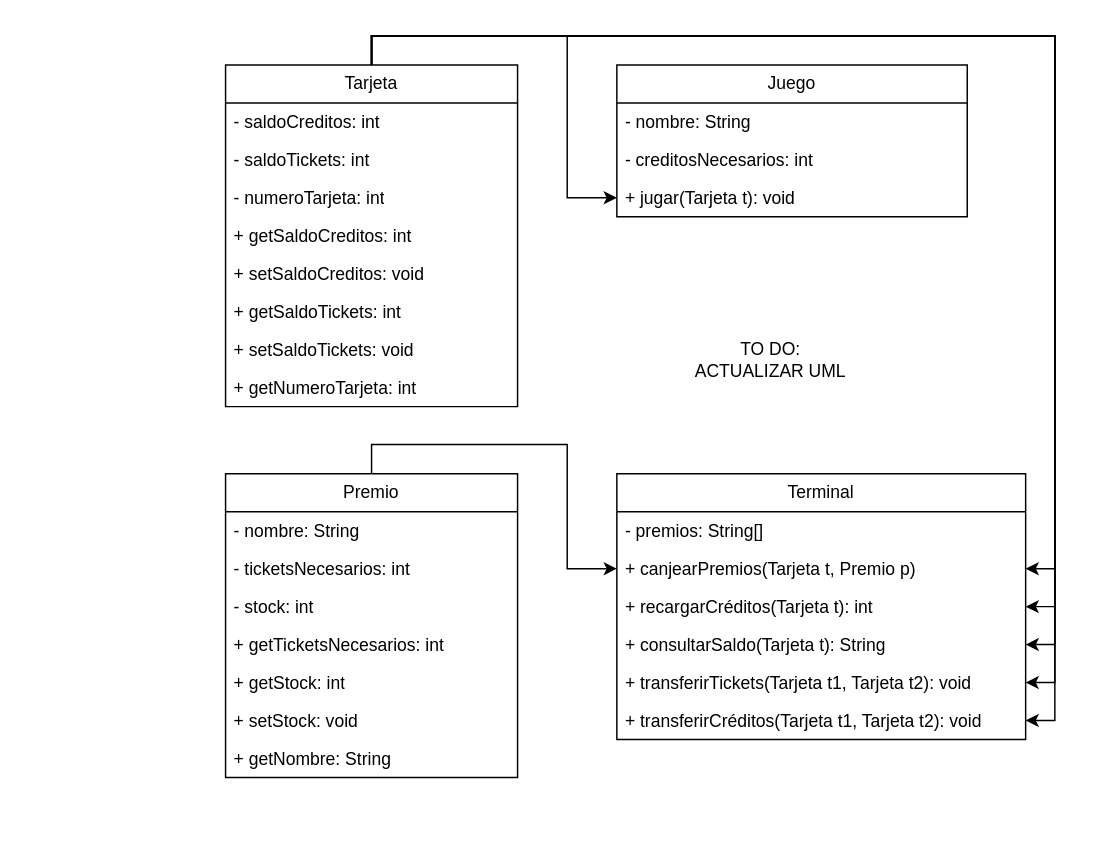
Above: UML recreativa.drawio in HugoDuranMachin/TrabajoRecreativos (draw.io), before the change. Source tidied: cells renumbered, new cells numbered last; positions are measured from the earlier drawing's top-left corner, leaving out a move shared by most shapes. Both pictures are drawn from the tidied source at 146%, with x=0, y=0 at pixel (225, 64).
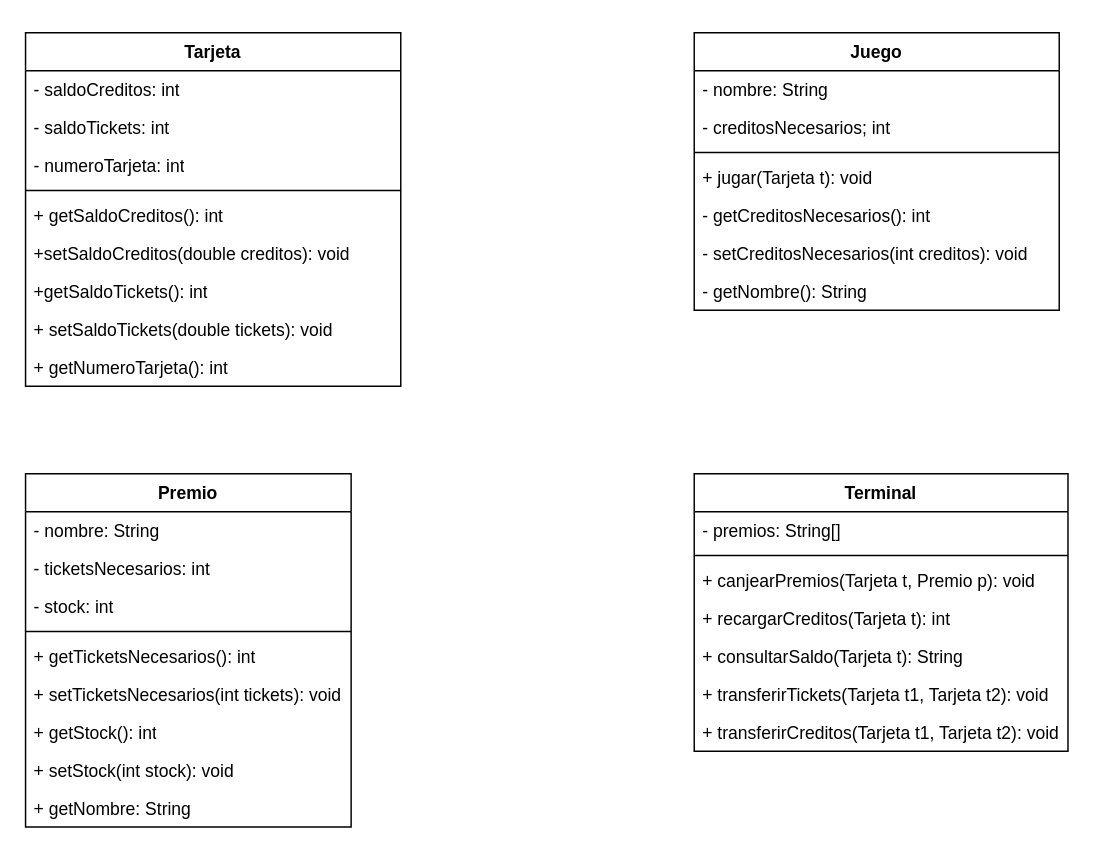
After the change.

Diff of the diagram source:
```diff
@@
-    <mxCell id="2" style="edgeStyle=orthogonalEdgeStyle;rounded=0;jettySize=auto;html=1;exitX=0.5;exitY=0;exitDx=0;exitDy=0;entryX=0;entryY=0.5;entryDx=0;entryDy=0;" parent="1" edge="1" source="8" target="20">
-      <mxGeometry relative="1" as="geometry" />
-    </mxCell>
-    <mxCell id="3" style="edgeStyle=orthogonalEdgeStyle;rounded=0;jettySize=auto;html=1;exitX=0.5;exitY=0;exitDx=0;exitDy=0;entryX=1;entryY=0.5;entryDx=0;entryDy=0;" parent="1" edge="1" source="8" target="32">
-      <mxGeometry relative="1" as="geometry" />
-    </mxCell>
-    <mxCell id="4" style="edgeStyle=orthogonalEdgeStyle;rounded=0;jettySize=auto;html=1;exitX=0.5;exitY=0;exitDx=0;exitDy=0;entryX=1;entryY=0.5;entryDx=0;entryDy=0;" parent="1" edge="1" source="8" target="30">
-      <mxGeometry relative="1" as="geometry" />
-    </mxCell>
-    <mxCell id="5" style="edgeStyle=orthogonalEdgeStyle;rounded=0;jettySize=auto;html=1;exitX=0.5;exitY=0;exitDx=0;exitDy=0;entryX=1;entryY=0.5;entryDx=0;entryDy=0;" parent="1" edge="1" source="8" target="34">
-      <mxGeometry relative="1" as="geometry" />
-    </mxCell>
-    <mxCell id="6" style="edgeStyle=orthogonalEdgeStyle;rounded=0;jettySize=auto;html=1;exitX=0.5;exitY=0;exitDx=0;exitDy=0;entryX=1;entryY=0.5;entryDx=0;entryDy=0;" parent="1" edge="1" source="8" target="35">
-      <mxGeometry relative="1" as="geometry" />
-    </mxCell>
-    <mxCell id="7" style="edgeStyle=orthogonalEdgeStyle;rounded=0;jettySize=auto;html=1;exitX=0.5;exitY=0;exitDx=0;exitDy=0;entryX=1;entryY=0.5;entryDx=0;entryDy=0;" parent="1" edge="1" source="8" target="36">
-      <mxGeometry relative="1" as="geometry" />
-    </mxCell>
-    <mxCell id="8" value="Tarjeta" style="swimlane;fontStyle=0;horizontal=1;startSize=26;fillColor=none;whiteSpace=wrap;html=1;" parent="1" vertex="1">
-      <mxGeometry width="200" height="234" as="geometry" />
+    <mxCell id="8" value="Tarjeta" style="swimlane;fontStyle=1;align=center;verticalAlign=top;horizontal=1;startSize=26;whiteSpace=wrap;html=1;" parent="1" vertex="1">
+      <mxGeometry x="-137" y="-22" width="257" height="242" as="geometry" />
     </mxCell>
     <mxCell id="9" value="- saldoCreditos: int" style="text;strokeColor=none;fillColor=none;align=left;verticalAlign=top;spacingLeft=4;spacingRight=4;overflow=hidden;whiteSpace=wrap;html=1;" parent="8" vertex="1">
-      <mxGeometry y="26" width="200" height="26" as="geometry" />
+      <mxGeometry y="26" width="257" height="26" as="geometry" />
     </mxCell>
     <mxCell id="10" value="- saldoTickets: int" style="text;strokeColor=none;fillColor=none;align=left;verticalAlign=top;spacingLeft=4;spacingRight=4;overflow=hidden;whiteSpace=wrap;html=1;" parent="8" vertex="1">
-      <mxGeometry y="52" width="200" height="26" as="geometry" />
+      <mxGeometry y="52" width="257" height="26" as="geometry" />
     </mxCell>
     <mxCell id="11" value="- numeroTarjeta: int" style="text;strokeColor=none;fillColor=none;align=left;verticalAlign=top;spacingLeft=4;spacingRight=4;overflow=hidden;whiteSpace=wrap;html=1;" parent="8" vertex="1">
-      <mxGeometry y="78" width="200" height="26" as="geometry" />
+      <mxGeometry y="78" width="257" height="26" as="geometry" />
     </mxCell>
-    <mxCell id="12" value="+ getSaldoCreditos: int" style="text;strokeColor=none;fillColor=none;align=left;verticalAlign=top;spacingLeft=4;spacingRight=4;overflow=hidden;whiteSpace=wrap;html=1;" parent="8" vertex="1">
-      <mxGeometry y="104" width="200" height="26" as="geometry" />
-    </mxCell>
-    <mxCell id="13" value="+ setSaldoCreditos: void" style="text;strokeColor=none;fillColor=none;align=left;verticalAlign=top;spacingLeft=4;spacingRight=4;overflow=hidden;whiteSpace=wrap;html=1;" parent="8" vertex="1">
-      <mxGeometry y="130" width="200" height="26" as="geometry" />
-    </mxCell>
-    <mxCell id="14" value="+ getSaldoTickets: int" style="text;strokeColor=none;fillColor=none;align=left;verticalAlign=top;spacingLeft=4;spacingRight=4;overflow=hidden;whiteSpace=wrap;html=1;" parent="8" vertex="1">
-      <mxGeometry y="156" width="200" height="26" as="geometry" />
-    </mxCell>
-    <mxCell id="15" value="+ setSaldoTickets: void" style="text;strokeColor=none;fillColor=none;align=left;verticalAlign=top;spacingLeft=4;spacingRight=4;overflow=hidden;whiteSpace=wrap;html=1;" parent="8" vertex="1">
-      <mxGeometry y="182" width="200" height="26" as="geometry" />
-    </mxCell>
-    <mxCell id="16" value="+ getNumeroTarjeta: int" style="text;strokeColor=none;fillColor=none;align=left;verticalAlign=top;spacingLeft=4;spacingRight=4;overflow=hidden;whiteSpace=wrap;html=1;" parent="8" vertex="1">
-      <mxGeometry y="208" width="200" height="26" as="geometry" />
-    </mxCell>
+    <mxCell id="38" style="line;strokeWidth=1;fillColor=none;align=left;verticalAlign=middle;spacingTop=-1;spacingLeft=3;spacingRight=3;labelPosition=right;strokeColor=inherit;" parent="8" vertex="1">
+      <mxGeometry y="104" width="257" height="8" as="geometry" />
+    </mxCell>
+    <mxCell id="39" value="+ getSaldoCreditos(): int" style="text;strokeColor=none;fillColor=none;align=left;verticalAlign=top;spacingLeft=4;spacingRight=4;overflow=hidden;whiteSpace=wrap;html=1;" parent="8" vertex="1">
+      <mxGeometry y="112" width="257" height="26" as="geometry" />
+    </mxCell>
+    <mxCell id="40" value="+setSaldoCreditos(double creditos): void" style="text;strokeColor=none;fillColor=none;align=left;verticalAlign=top;spacingLeft=4;spacingRight=4;overflow=hidden;whiteSpace=wrap;html=1;" parent="8" vertex="1">
+      <mxGeometry y="138" width="257" height="26" as="geometry" />
+    </mxCell>
+    <mxCell id="41" value="+getSaldoTickets(): int" style="text;strokeColor=none;fillColor=none;align=left;verticalAlign=top;spacingLeft=4;spacingRight=4;overflow=hidden;whiteSpace=wrap;html=1;" parent="8" vertex="1">
+      <mxGeometry y="164" width="257" height="26" as="geometry" />
+    </mxCell>
+    <mxCell id="42" value="+ setSaldoTickets(double tickets): void" style="text;strokeColor=none;fillColor=none;align=left;verticalAlign=top;spacingLeft=4;spacingRight=4;overflow=hidden;whiteSpace=wrap;html=1;" parent="8" vertex="1">
+      <mxGeometry y="190" width="257" height="26" as="geometry" />
+    </mxCell>
+    <mxCell id="43" value="+ getNumeroTarjeta(): int" style="text;strokeColor=none;fillColor=none;align=left;verticalAlign=top;spacingLeft=4;spacingRight=4;overflow=hidden;whiteSpace=wrap;html=1;" parent="8" vertex="1">
+      <mxGeometry y="216" width="257" height="26" as="geometry" />
+    </mxCell>
-    <mxCell id="17" value="Juego" style="swimlane;fontStyle=0;horizontal=1;startSize=26;fillColor=none;whiteSpace=wrap;html=1;" parent="1" vertex="1">
-      <mxGeometry x="268" width="240" height="104" as="geometry" />
+    <mxCell id="17" value="Juego" style="swimlane;fontStyle=1;align=center;verticalAlign=top;horizontal=1;startSize=26;whiteSpace=wrap;html=1;" parent="1" vertex="1">
+      <mxGeometry x="321" y="-22" width="250" height="190" as="geometry" />
     </mxCell>
-    <mxCell id="18" value="- nombre: String" style="text;strokeColor=none;fillColor=none;align=left;verticalAlign=top;spacingLeft=4;spacingRight=4;overflow=hidden;whiteSpace=wrap;html=1;" parent="17" vertex="1">
-      <mxGeometry y="26" width="240" height="26" as="geometry" />
-    </mxCell>
-    <mxCell id="19" value="- creditosNecesarios: int" style="text;strokeColor=none;fillColor=none;align=left;verticalAlign=top;spacingLeft=4;spacingRight=4;overflow=hidden;whiteSpace=wrap;html=1;" parent="17" vertex="1">
-      <mxGeometry y="52" width="240" height="26" as="geometry" />
-    </mxCell>
+    <mxCell id="44" value="- nombre: String" style="text;strokeColor=none;fillColor=none;align=left;verticalAlign=top;spacingLeft=4;spacingRight=4;overflow=hidden;whiteSpace=wrap;html=1;" parent="17" vertex="1">
+      <mxGeometry y="26" width="250" height="26" as="geometry" />
+    </mxCell>
+    <mxCell id="45" value="- creditosNecesarios; int" style="text;strokeColor=none;fillColor=none;align=left;verticalAlign=top;spacingLeft=4;spacingRight=4;overflow=hidden;whiteSpace=wrap;html=1;" parent="17" vertex="1">
+      <mxGeometry y="52" width="250" height="26" as="geometry" />
+    </mxCell>
+    <mxCell id="46" style="line;strokeWidth=1;fillColor=none;align=left;verticalAlign=middle;spacingTop=-1;spacingLeft=3;spacingRight=3;labelPosition=right;strokeColor=inherit;" parent="17" vertex="1">
+      <mxGeometry y="78" width="250" height="8" as="geometry" />
+    </mxCell>
     <mxCell id="20" value="+ jugar(Tarjeta t): void" style="text;strokeColor=none;fillColor=none;align=left;verticalAlign=top;spacingLeft=4;spacingRight=4;overflow=hidden;points=[[0,0.5],[1,0.5]];portConstraint=eastwest;whiteSpace=wrap;html=1;" parent="17" vertex="1">
-      <mxGeometry y="78" width="240" height="26" as="geometry" />
+      <mxGeometry y="86" width="250" height="26" as="geometry" />
     </mxCell>
-    <mxCell id="21" style="edgeStyle=orthogonalEdgeStyle;rounded=0;jettySize=auto;html=1;exitX=0.5;exitY=0;exitDx=0;exitDy=0;entryX=0;entryY=0.5;entryDx=0;entryDy=0;" parent="1" edge="1" source="22" target="32">
-      <mxGeometry relative="1" as="geometry" />
-    </mxCell>
+    <mxCell id="47" value="- getCreditosNecesarios(): int" style="text;strokeColor=none;fillColor=none;align=left;verticalAlign=top;spacingLeft=4;spacingRight=4;overflow=hidden;whiteSpace=wrap;html=1;" parent="17" vertex="1">
+      <mxGeometry y="112" width="250" height="26" as="geometry" />
+    </mxCell>
+    <mxCell id="48" value="- setCreditosNecesarios(int creditos): void" style="text;strokeColor=none;fillColor=none;align=left;verticalAlign=top;spacingLeft=4;spacingRight=4;overflow=hidden;whiteSpace=wrap;html=1;" parent="17" vertex="1">
+      <mxGeometry y="138" width="250" height="26" as="geometry" />
+    </mxCell>
+    <mxCell id="49" value="- getNombre(): String" style="text;strokeColor=none;fillColor=none;align=left;verticalAlign=top;spacingLeft=4;spacingRight=4;overflow=hidden;whiteSpace=wrap;html=1;" parent="17" vertex="1">
+      <mxGeometry y="164" width="250" height="26" as="geometry" />
+    </mxCell>
-    <mxCell id="22" value="Premio" style="swimlane;fontStyle=0;horizontal=1;startSize=26;fillColor=none;whiteSpace=wrap;html=1;" parent="1" vertex="1">
-      <mxGeometry y="280" width="200" height="208" as="geometry" />
+    <mxCell id="22" value="Premio" style="swimlane;fontStyle=1;align=center;verticalAlign=top;horizontal=1;startSize=26;whiteSpace=wrap;html=1;" parent="1" vertex="1">
+      <mxGeometry x="-137" y="280" width="223" height="242" as="geometry" />
     </mxCell>
-    <mxCell id="23" value="- nombre: String" style="text;strokeColor=none;fillColor=none;align=left;verticalAlign=top;spacingLeft=4;spacingRight=4;overflow=hidden;whiteSpace=wrap;html=1;" parent="22" vertex="1">
-      <mxGeometry y="26" width="200" height="26" as="geometry" />
-    </mxCell>
+    <mxCell id="50" value="- nombre: String" style="text;strokeColor=none;fillColor=none;align=left;verticalAlign=top;spacingLeft=4;spacingRight=4;overflow=hidden;whiteSpace=wrap;html=1;" parent="22" vertex="1">
+      <mxGeometry y="26" width="223" height="26" as="geometry" />
+    </mxCell>
     <mxCell id="24" value="- ticketsNecesarios: int" style="text;strokeColor=none;fillColor=none;align=left;verticalAlign=top;spacingLeft=4;spacingRight=4;overflow=hidden;whiteSpace=wrap;html=1;" parent="22" vertex="1">
-      <mxGeometry y="52" width="200" height="26" as="geometry" />
+      <mxGeometry y="52" width="223" height="26" as="geometry" />
     </mxCell>
     <mxCell id="25" value="- stock: int" style="text;strokeColor=none;fillColor=none;align=left;verticalAlign=top;spacingLeft=4;spacingRight=4;overflow=hidden;whiteSpace=wrap;html=1;" parent="22" vertex="1">
-      <mxGeometry y="78" width="200" height="26" as="geometry" />
+      <mxGeometry y="78" width="223" height="26" as="geometry" />
     </mxCell>
-    <mxCell id="26" value="+ getTicketsNecesarios: int" style="text;strokeColor=none;fillColor=none;align=left;verticalAlign=top;spacingLeft=4;spacingRight=4;overflow=hidden;whiteSpace=wrap;html=1;" parent="22" vertex="1">
-      <mxGeometry y="104" width="200" height="26" as="geometry" />
-    </mxCell>
-    <mxCell id="27" value="+ getStock: int" style="text;strokeColor=none;fillColor=none;align=left;verticalAlign=top;spacingLeft=4;spacingRight=4;overflow=hidden;whiteSpace=wrap;html=1;" parent="22" vertex="1">
-      <mxGeometry y="130" width="200" height="26" as="geometry" />
-    </mxCell>
-    <mxCell id="28" value="+ setStock: void" style="text;strokeColor=none;fillColor=none;align=left;verticalAlign=top;spacingLeft=4;spacingRight=4;overflow=hidden;whiteSpace=wrap;html=1;" parent="22" vertex="1">
-      <mxGeometry y="156" width="200" height="26" as="geometry" />
-    </mxCell>
+    <mxCell id="51" style="line;strokeWidth=1;fillColor=none;align=left;verticalAlign=middle;spacingTop=-1;spacingLeft=3;spacingRight=3;labelPosition=right;strokeColor=inherit;" parent="22" vertex="1">
+      <mxGeometry y="104" width="223" height="8" as="geometry" />
+    </mxCell>
+    <mxCell id="52" value="+ getTicketsNecesarios(): int" style="text;strokeColor=none;fillColor=none;align=left;verticalAlign=top;spacingLeft=4;spacingRight=4;overflow=hidden;whiteSpace=wrap;html=1;" parent="22" vertex="1">
+      <mxGeometry y="112" width="223" height="26" as="geometry" />
+    </mxCell>
+    <mxCell id="53" value="+ setTicketsNecesarios(int tickets): void" style="text;strokeColor=none;fillColor=none;align=left;verticalAlign=top;spacingLeft=4;spacingRight=4;overflow=hidden;whiteSpace=wrap;html=1;" parent="22" vertex="1">
+      <mxGeometry y="138" width="223" height="26" as="geometry" />
+    </mxCell>
+    <mxCell id="54" value="+ getStock(): int" style="text;strokeColor=none;fillColor=none;align=left;verticalAlign=top;spacingLeft=4;spacingRight=4;overflow=hidden;whiteSpace=wrap;html=1;" parent="22" vertex="1">
+      <mxGeometry y="164" width="223" height="26" as="geometry" />
+    </mxCell>
+    <mxCell id="55" value="+ setStock(int stock): void" style="text;strokeColor=none;fillColor=none;align=left;verticalAlign=top;spacingLeft=4;spacingRight=4;overflow=hidden;whiteSpace=wrap;html=1;" parent="22" vertex="1">
+      <mxGeometry y="190" width="223" height="26" as="geometry" />
+    </mxCell>
     <mxCell id="29" value="+ getNombre: String" style="text;strokeColor=none;fillColor=none;align=left;verticalAlign=top;spacingLeft=4;spacingRight=4;overflow=hidden;whiteSpace=wrap;html=1;" parent="22" vertex="1">
-      <mxGeometry y="182" width="200" height="26" as="geometry" />
+      <mxGeometry y="216" width="223" height="26" as="geometry" />
     </mxCell>
-    <mxCell id="30" value="Terminal" style="swimlane;fontStyle=0;horizontal=1;startSize=26;fillColor=none;whiteSpace=wrap;html=1;" parent="1" vertex="1">
-      <mxGeometry x="268" y="280" width="280" height="182" as="geometry" />
+    <mxCell id="30" value="Terminal" style="swimlane;fontStyle=1;align=center;verticalAlign=top;horizontal=1;startSize=26;whiteSpace=wrap;html=1;" parent="1" vertex="1">
+      <mxGeometry x="321" y="280" width="256" height="190" as="geometry" />
     </mxCell>
     <mxCell id="31" value="- premios: String[]" style="text;strokeColor=none;fillColor=none;align=left;verticalAlign=top;spacingLeft=4;spacingRight=4;overflow=hidden;whiteSpace=wrap;html=1;" parent="30" vertex="1">
-      <mxGeometry y="26" width="280" height="26" as="geometry" />
+      <mxGeometry y="26" width="256" height="26" as="geometry" />
     </mxCell>
-    <mxCell id="32" value="+ canjearPremios(Tarjeta t, Premio p)" style="text;strokeColor=none;fillColor=none;align=left;verticalAlign=top;spacingLeft=4;spacingRight=4;overflow=hidden;points=[[0,0.5],[1,0.5]];portConstraint=eastwest;whiteSpace=wrap;html=1;" parent="30" vertex="1">
-      <mxGeometry y="52" width="280" height="26" as="geometry" />
-    </mxCell>
-    <mxCell id="33" value="+ recargarCréditos(Tarjeta t): int" style="text;strokeColor=none;fillColor=none;align=left;verticalAlign=top;spacingLeft=4;spacingRight=4;overflow=hidden;whiteSpace=wrap;html=1;" parent="30" vertex="1">
-      <mxGeometry y="78" width="280" height="26" as="geometry" />
-    </mxCell>
+    <mxCell id="56" style="line;strokeWidth=1;fillColor=none;align=left;verticalAlign=middle;spacingTop=-1;spacingLeft=3;spacingRight=3;labelPosition=right;strokeColor=inherit;" parent="30" vertex="1">
+      <mxGeometry y="52" width="256" height="8" as="geometry" />
+    </mxCell>
+    <mxCell id="57" value="+ canjearPremios(Tarjeta t, Premio p): void" style="text;strokeColor=none;fillColor=none;align=left;verticalAlign=top;spacingLeft=4;spacingRight=4;overflow=hidden;whiteSpace=wrap;html=1;" parent="30" vertex="1">
+      <mxGeometry y="60" width="256" height="26" as="geometry" />
+    </mxCell>
+    <mxCell id="58" value="+ recargarCreditos(Tarjeta t): int" style="text;strokeColor=none;fillColor=none;align=left;verticalAlign=top;spacingLeft=4;spacingRight=4;overflow=hidden;whiteSpace=wrap;html=1;" parent="30" vertex="1">
+      <mxGeometry y="86" width="256" height="26" as="geometry" />
+    </mxCell>
     <mxCell id="34" value="+ consultarSaldo(Tarjeta t): String" style="text;strokeColor=none;fillColor=none;align=left;verticalAlign=top;spacingLeft=4;spacingRight=4;overflow=hidden;points=[[0,0.5],[1,0.5]];portConstraint=eastwest;whiteSpace=wrap;html=1;" parent="30" vertex="1">
-      <mxGeometry y="104" width="280" height="26" as="geometry" />
+      <mxGeometry y="112" width="256" height="26" as="geometry" />
     </mxCell>
     <mxCell id="35" value="+ transferirTickets(Tarjeta t1, Tarjeta t2): void" style="text;strokeColor=none;fillColor=none;align=left;verticalAlign=top;spacingLeft=4;spacingRight=4;overflow=hidden;points=[[0,0.5],[1,0.5]];portConstraint=eastwest;whiteSpace=wrap;html=1;" parent="30" vertex="1">
-      <mxGeometry y="130" width="280" height="26" as="geometry" />
+      <mxGeometry y="138" width="256" height="26" as="geometry" />
     </mxCell>
-    <mxCell id="36" value="+ transferirCréditos(Tarjeta t1, Tarjeta t2): void" style="text;strokeColor=none;fillColor=none;align=left;verticalAlign=top;spacingLeft=4;spacingRight=4;overflow=hidden;points=[[0,0.5],[1,0.5]];portConstraint=eastwest;whiteSpace=wrap;html=1;" parent="30" vertex="1">
-      <mxGeometry y="156" width="280" height="26" as="geometry" />
-    </mxCell>
-    <mxCell id="37" value="&lt;div&gt;TO DO:&lt;/div&gt;&lt;div&gt;ACTUALIZAR UML&lt;/div&gt;" style="text;html=1;align=center;verticalAlign=middle;strokeColor=none;fillColor=none;" parent="1" vertex="1">
-      <mxGeometry x="313" y="181" width="120" height="41" as="geometry" />
-    </mxCell>
+    <mxCell id="59" value="+ transferirCreditos(Tarjeta t1, Tarjeta t2): void" style="text;strokeColor=none;fillColor=none;align=left;verticalAlign=top;spacingLeft=4;spacingRight=4;overflow=hidden;whiteSpace=wrap;html=1;" parent="30" vertex="1">
+      <mxGeometry y="164" width="256" height="26" as="geometry" />
+    </mxCell>
```
